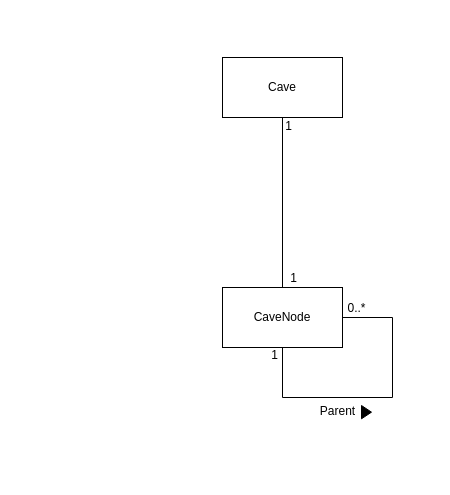
OGgrizzley/sconce keeps this draw.io diagram as documentation/domain_cave.drawio. Above is the earlier version. Source tidied: cells renumbered, new cells numbered last; positions are measured from the earlier drawing's top-left corner, leaving out a move shared by most shapes. Both pictures are drawn from the tidied source at 100%, with x=0, y=0 at pixel (222, 57).
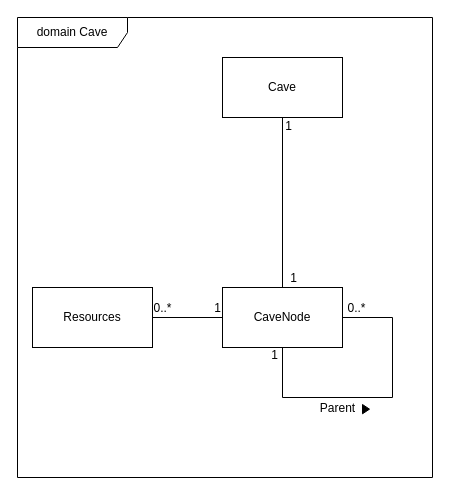
The same page after the edit.

The change refers to these unchanged cells:
```xml
<mxCell id="5" value="CaveNode" style="rounded=0;whiteSpace=wrap;html=1;fillColor=default;" parent="1" vertex="1">
  <mxGeometry y="230" width="120" height="60" as="geometry" />
</mxCell>
```

Diff of the diagram source:
```diff
@@
+    <mxCell id="13" style="edgeStyle=orthogonalEdgeStyle;rounded=0;jettySize=auto;html=1;strokeColor=#000000;endArrow=none;endFill=0;endSize=17;sourcePerimeterSpacing=0;targetPerimeterSpacing=0;" parent="1" edge="1" source="5" target="16">
+      <mxGeometry relative="1" as="geometry" />
+    </mxCell>
@@
     <mxCell id="10" style="group;" parent="1" vertex="1">
-      <mxGeometry x="85" y="339" width="64" height="30" as="geometry" />
+      <mxGeometry x="83" y="334" width="64" height="32" as="geometry" />
     </mxCell>
+    <mxCell id="14" style="group;" parent="10" vertex="1">
+      <mxGeometry x="2" y="2" width="62" height="30" as="geometry" />
+    </mxCell>
-    <mxCell id="11" style="triangle;whiteSpace=wrap;html=1;fillColor=#000000;" parent="10" vertex="1">
-      <mxGeometry x="54" y="9" width="10" height="13.3" as="geometry" />
+    <mxCell id="11" style="triangle;whiteSpace=wrap;html=1;fillColor=#000000;" parent="14" vertex="1">
+      <mxGeometry x="55" y="11" width="7" height="9.3" as="geometry" />
     </mxCell>
-    <mxCell id="12" value="Parent" style="text;html=1;align=center;verticalAlign=middle;strokeColor=none;fillColor=none;" parent="10" vertex="1">
+    <mxCell id="12" value="Parent" style="text;html=1;align=center;verticalAlign=middle;strokeColor=none;fillColor=none;" parent="14" vertex="1">
       <mxGeometry width="60" height="30" as="geometry" />
     </mxCell>
+    <mxCell id="15" value="domain Cave" style="shape=umlFrame;whiteSpace=wrap;html=1;fillColor=#FFFFFF;width=110;height=30;" parent="1" vertex="1">
+      <mxGeometry x="-205" y="-40" width="415" height="460" as="geometry" />
+    </mxCell>
+    <mxCell id="16" value="Resources" style="rounded=0;whiteSpace=wrap;html=1;fillColor=#FFFFFF;" parent="1" vertex="1">
+      <mxGeometry x="-190" y="230" width="120" height="60" as="geometry" />
+    </mxCell>
+    <mxCell id="17" value="1" style="text;html=1;align=center;verticalAlign=middle;strokeColor=none;fillColor=none;" parent="1" vertex="1">
+      <mxGeometry x="-20" y="236" width="30" height="30" as="geometry" />
+    </mxCell>
+    <mxCell id="18" value="0..*" style="text;html=1;align=center;verticalAlign=middle;strokeColor=none;fillColor=none;" parent="1" vertex="1">
+      <mxGeometry x="-80" y="236" width="40" height="30" as="geometry" />
+    </mxCell>
```
